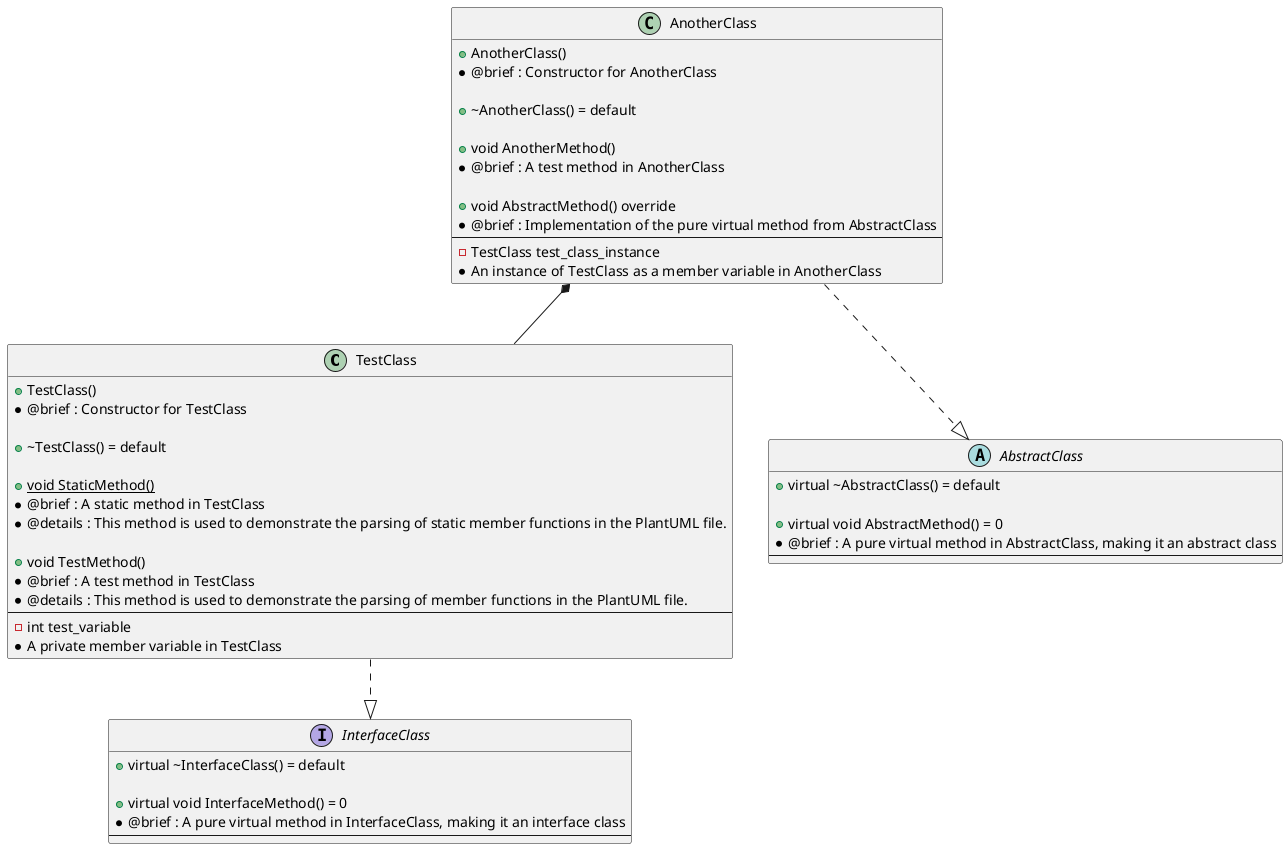
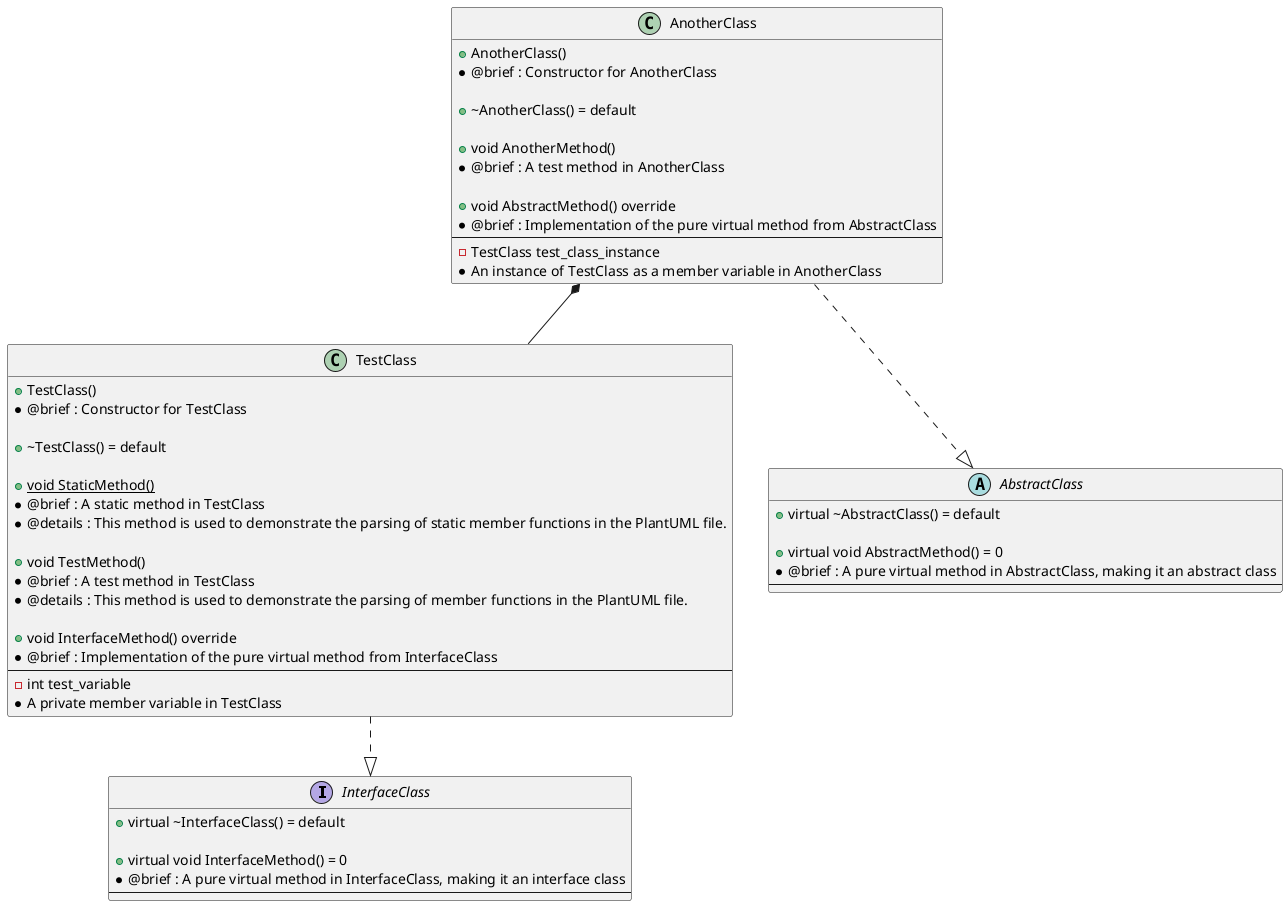
﻿@startuml
+ 
+ interface InterfaceClass
+ {
+     + virtual ~InterfaceClass() = default
+ 
+     + virtual void InterfaceMethod() = 0
+      * @brief : A pure virtual method in InterfaceClass, making it an interface class
+     ---
+ }

class TestClass
{
    + TestClass()
     * @brief : Constructor for TestClass

    + ~TestClass() = default

    {static} + void StaticMethod()
     * @brief : A static method in TestClass
     * @details : This method is used to demonstrate the parsing of static member functions in the PlantUML file.

    + void TestMethod()
     * @brief : A test method in TestClass
     * @details : This method is used to demonstrate the parsing of member functions in the PlantUML file.
+ 
+     + void InterfaceMethod() override
+      * @brief : Implementation of the pure virtual method from InterfaceClass
    ---
    - int test_variable
     * A private member variable in TestClass
}
TestClass ..|> InterfaceClass

abstract class AbstractClass
{
    + virtual ~AbstractClass() = default

    + virtual void AbstractMethod() = 0
     * @brief : A pure virtual method in AbstractClass, making it an abstract class
-     ---
- }
- 
- interface InterfaceClass
- {
-     + virtual ~InterfaceClass() = default
- 
-     + virtual void InterfaceMethod() = 0
-      * @brief : A pure virtual method in InterfaceClass, making it an interface class
    ---
}

class AnotherClass
{
    + AnotherClass()
     * @brief : Constructor for AnotherClass

    + ~AnotherClass() = default

    + void AnotherMethod()
     * @brief : A test method in AnotherClass

    + void AbstractMethod() override
     * @brief : Implementation of the pure virtual method from AbstractClass
    ---
    - TestClass test_class_instance
     * An instance of TestClass as a member variable in AnotherClass
}
AnotherClass *-- TestClass
AnotherClass ..|> AbstractClass

@enduml